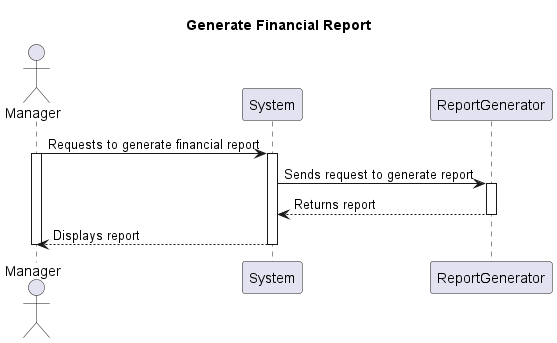
Above: Lab1.2/Sequence diagram/GenerateFinancialReport_seq.png in baonehe/SE357-Pratice-class (PlantUML), before the change.
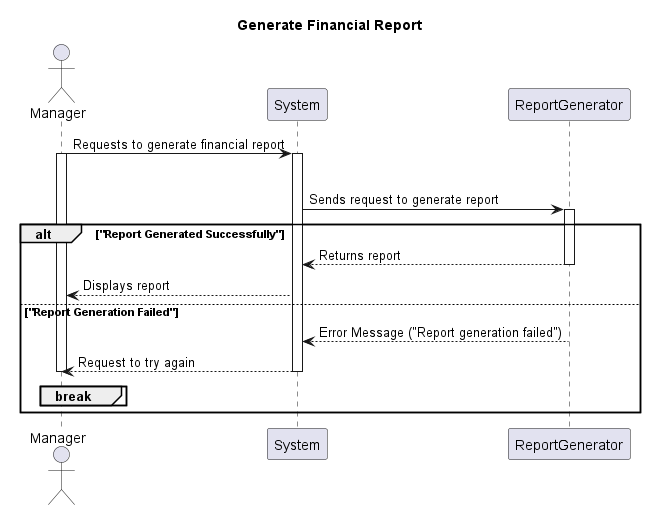
Above is the later version.

Change to the diagram source:
```diff
@@ -1,17 +1,32 @@
 @startuml
 Title Generate Financial Report
+
 Actor Manager
 participant System
 participant ReportGenerator
 
-Manager -> System: Requests to generate financial report
-activate Manager
-activate System
-System -> ReportGenerator: Sends request to generate report
-activate ReportGenerator
-ReportGenerator --> System: Returns report
-deactivate ReportGenerator
-System --> Manager: Displays report
-deactivate System
-deactivate Manager
+
+  Manager -> System: Requests to generate financial report
+  activate Manager
+  activate System
+  alt "Generate Report Request Sent"
+    System -> ReportGenerator: Sends request to generate report
+    activate ReportGenerator
+    alt "Report Generated Successfully"
+      ReportGenerator --> System: Returns report
+      deactivate ReportGenerator
+      System --> Manager: Displays report
+    else "Report Generation Failed"
+      ReportGenerator --> System: Error Message ("Report generation failed")
+      deactivate ReportGenerator
+      System --> Manager: Request to try again
+      deactivate System
+      deactivate Manager
+      break
+    end
+  end
+  deactivate System
+  deactivate Manager
+
+
 @enduml
```
